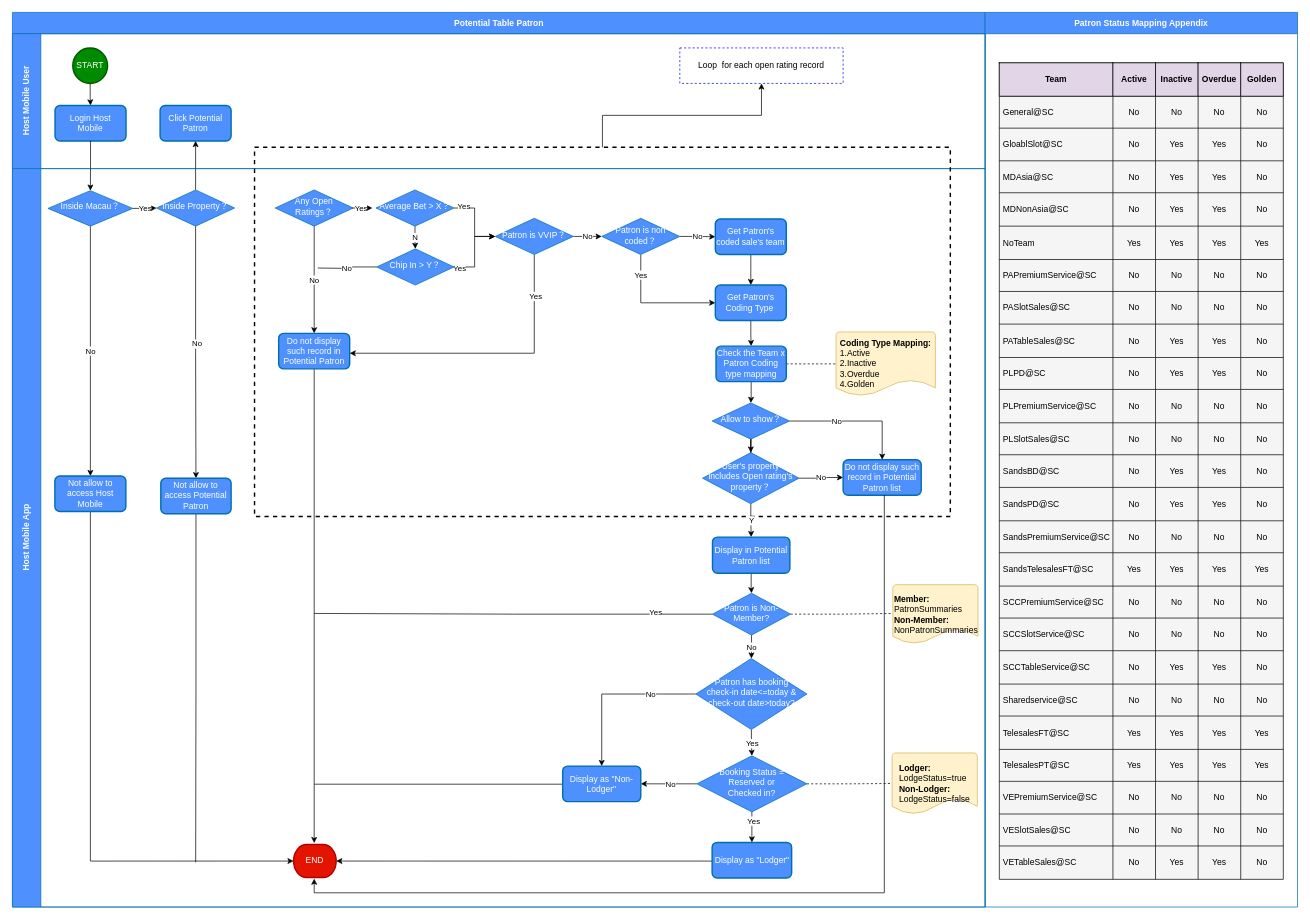
Above: Potential Patron.drawio in xiaobao0706/drawio (draw.io), before the change. Source tidied: cells renumbered, new cells numbered last; positions are measured from the earlier drawing's top-left corner, leaving out a move shared by most shapes. Both pictures are drawn from the tidied source at 71%, with x=0, y=0 at pixel (12, 12).
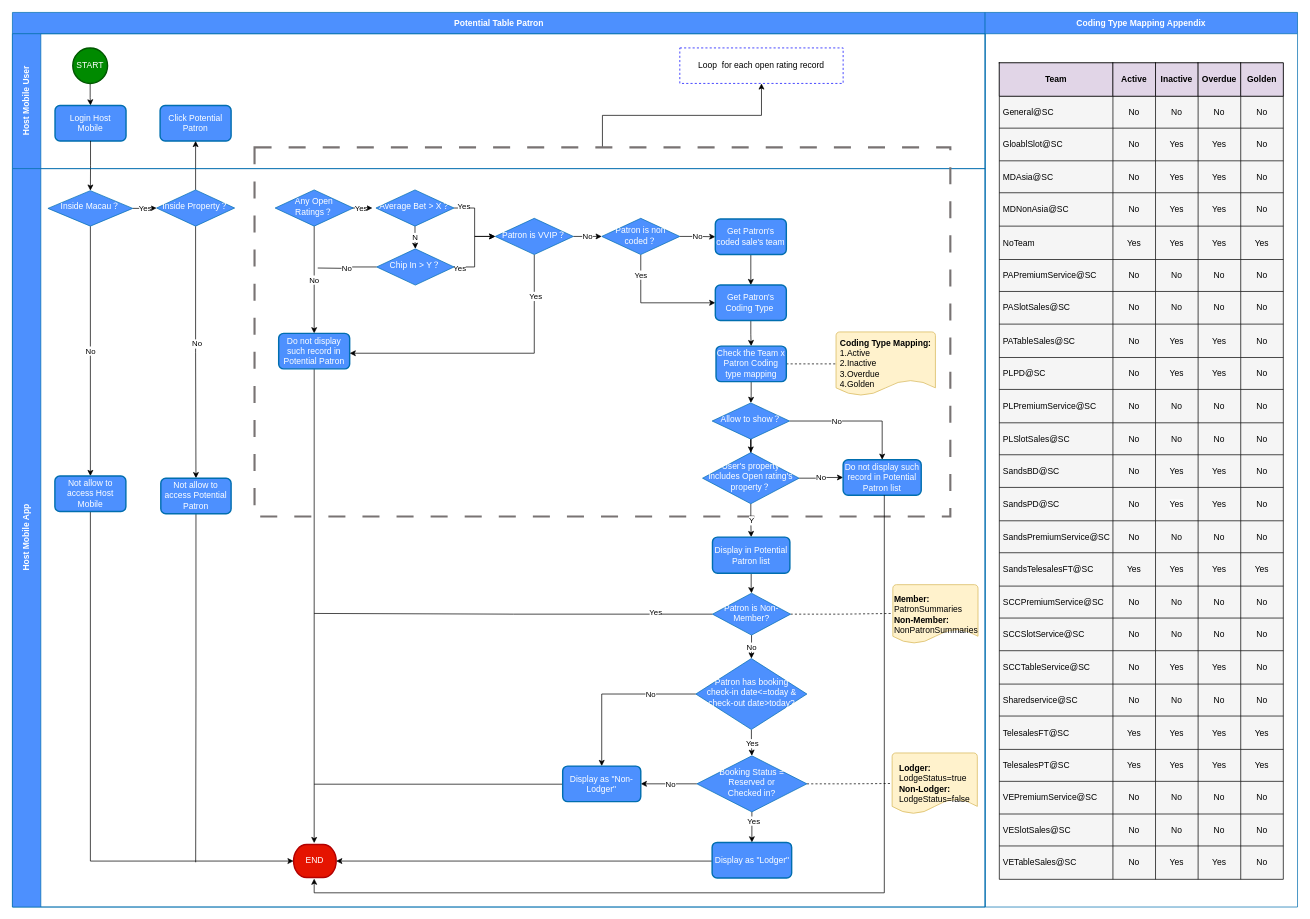
After the change.

Unchanged cells that the change refers to:
```xml
<mxCell id="12" value="Host Mobile App" style="swimlane;startSize=40;horizontal=0;html=1;fillColor=#4d90fe;fontColor=#ffffff;strokeColor=#006EAF;" parent="2" vertex="1">
  <mxGeometry y="220" width="1370" height="1040" as="geometry" />
</mxCell>
```

Diff of the diagram source:
```diff
@@
-    <mxCell id="13" style="verticalLabelPosition=bottom;verticalAlign=top;html=1;shape=mxgraph.basic.rect;fillColor2=none;strokeWidth=2;size=20;indent=5;dashed=1;fillColor=none;" parent="12" vertex="1">
+    <mxCell id="13" style="verticalLabelPosition=bottom;verticalAlign=top;html=1;shape=mxgraph.basic.rect;fillColor2=none;strokeWidth=3;size=20;indent=5;dashed=1;fillColor=none;dashPattern=8 8;strokeColor=#787373;" parent="12" vertex="1">
       <mxGeometry x="341" y="-30" width="980" height="520" as="geometry" />
     </mxCell>
@@
-    <mxCell id="83" value="Patron Status Mapping Appendix" style="swimlane;startSize=30;strokeColor=#006EAF;fillColor=#4D90FE;fontColor=#ffffff;" parent="1" vertex="1">
+    <mxCell id="83" value="Coding Type Mapping Appendix" style="swimlane;startSize=30;strokeColor=#006EAF;fillColor=#4D90FE;fontColor=#ffffff;" parent="1" vertex="1">
       <mxGeometry x="1370" width="440" height="1260" as="geometry" />
     </mxCell>
```
